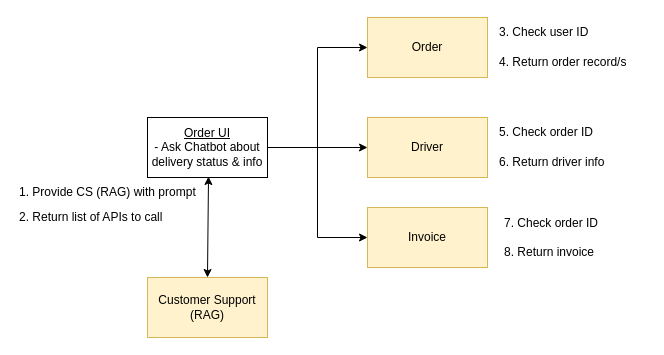
Above: diagrams/CustomerSupport.drawio in darkliyznyanlin910/esd-2425T2 (draw.io), before the change. Source tidied: cells renumbered, new cells numbered last; positions are measured from the earlier drawing's top-left corner, leaving out a move shared by most shapes. Both pictures are drawn from the tidied source at 100%, with x=0, y=0 at pixel (17, 17).
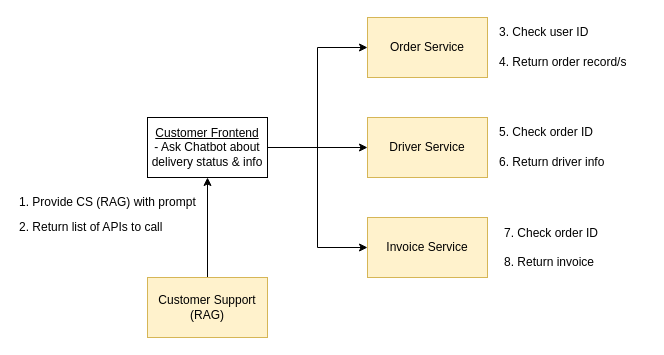
The same page after the edit.

Change to the diagram source:
```diff
@@
 <mxGraphModel>
   <root>
     <mxCell id="0" />
     <mxCell id="1" parent="0" />
     <mxCell id="2" style="edgeStyle=orthogonalEdgeStyle;rounded=0;jettySize=auto;html=1;exitX=1;exitY=0.5;exitDx=0;exitDy=0;entryX=0;entryY=0.5;entryDx=0;entryDy=0;" parent="1" edge="1" source="4" target="8">
       <mxGeometry relative="1" as="geometry" />
     </mxCell>
     <mxCell id="3" style="edgeStyle=orthogonalEdgeStyle;rounded=0;jettySize=auto;html=1;exitX=1;exitY=0.5;exitDx=0;exitDy=0;entryX=0;entryY=0.5;entryDx=0;entryDy=0;" parent="1" edge="1" source="4" target="9">
       <mxGeometry relative="1" as="geometry" />
     </mxCell>
-    <mxCell id="4" value="&lt;u&gt;&lt;span style=&quot;background-color: transparent; color: light-dark(rgb(0, 0, 0), rgb(255, 255, 255));&quot;&gt;Order UI&lt;/span&gt;&lt;br&gt;&lt;/u&gt;&lt;span style=&quot;background-color: transparent; color: light-dark(rgb(0, 0, 0), rgb(255, 255, 255));&quot;&gt;- Ask Chatbot about delivery status &amp;amp; info&lt;/span&gt;" style="rounded=0;whiteSpace=wrap;html=1;align=center;" parent="1" vertex="1">
+    <mxCell id="4" value="&lt;u&gt;&lt;font color=&quot;#000000&quot;&gt;Customer Frontend&lt;/font&gt;&lt;br&gt;&lt;/u&gt;&lt;span style=&quot;background-color: transparent; color: light-dark(rgb(0, 0, 0), rgb(255, 255, 255));&quot;&gt;- Ask Chatbot about delivery status &amp;amp; info&lt;/span&gt;" style="rounded=0;whiteSpace=wrap;html=1;align=center;" parent="1" vertex="1">
       <mxGeometry x="130" y="100" width="120" height="60" as="geometry" />
     </mxCell>
     <mxCell id="5" style="edgeStyle=orthogonalEdgeStyle;rounded=0;orthogonalLoop=1;jettySize=auto;html=1;exitX=0;exitY=0.5;exitDx=0;exitDy=0;entryX=0;entryY=0.5;entryDx=0;entryDy=0;" parent="1" edge="1" source="6" target="6">
       <mxGeometry relative="1" as="geometry" />
     </mxCell>
+    <mxCell id="19" style="edgeStyle=none;html=1;exitX=0.5;exitY=0;exitDx=0;exitDy=0;entryX=0.5;entryY=1;entryDx=0;entryDy=0;" parent="1" edge="1" source="6" target="4">
+      <mxGeometry relative="1" as="geometry" />
+    </mxCell>
     <mxCell id="6" value="Customer Support (RAG)" style="rounded=0;whiteSpace=wrap;html=1;fillColor=#fff2cc;strokeColor=#d6b656;" parent="1" vertex="1">
       <mxGeometry x="130" y="260" width="120" height="60" as="geometry" />
     </mxCell>
-    <mxCell id="7" style="endArrow=classic;startArrow=classic;html=1;rounded=0;exitX=0.5;exitY=0;exitDx=0;exitDy=0;entryX=0.955;entryY=-0.033;entryDx=0;entryDy=0;entryPerimeter=0;" parent="1" edge="1" source="6" target="10">
-      <mxGeometry relative="1" as="geometry" />
-    </mxCell>
-    <mxCell id="8" value="Order" style="rounded=0;whiteSpace=wrap;html=1;fillColor=#fff2cc;strokeColor=#d6b656;" parent="1" vertex="1">
+    <mxCell id="8" value="Order Service" style="rounded=0;whiteSpace=wrap;html=1;fillColor=#fff2cc;strokeColor=#d6b656;" parent="1" vertex="1">
       <mxGeometry x="350" width="120" height="60" as="geometry" />
     </mxCell>
-    <mxCell id="9" value="Driver" style="rounded=0;whiteSpace=wrap;html=1;fillColor=#fff2cc;strokeColor=#d6b656;" parent="1" vertex="1">
+    <mxCell id="9" value="Driver Service" style="rounded=0;whiteSpace=wrap;html=1;fillColor=#fff2cc;strokeColor=#d6b656;" parent="1" vertex="1">
       <mxGeometry x="350" y="100" width="120" height="60" as="geometry" />
     </mxCell>
     <mxCell id="10" value="&lt;span style=&quot;background-color: transparent; color: light-dark(rgb(0, 0, 0), rgb(255, 255, 255));&quot;&gt;1. Provide CS (RAG) with prompt&lt;/span&gt;" style="text;html=1;align=left;verticalAlign=middle;points=[];strokeColor=none;fillColor=none;" parent="1" vertex="1">
-      <mxGeometry y="160" width="200" height="30" as="geometry" />
+      <mxGeometry y="170" width="200" height="30" as="geometry" />
     </mxCell>
     <mxCell id="11" value="3. Check user ID" style="text;html=1;align=left;verticalAlign=middle;strokeColor=none;fillColor=none;" parent="1" vertex="1">
       <mxGeometry x="480" width="110" height="30" as="geometry" />
     </mxCell>
     <mxCell id="12" value="4. Return order record/s" style="text;html=1;align=left;verticalAlign=middle;strokeColor=none;fillColor=none;" parent="1" vertex="1">
       <mxGeometry x="480" y="30" width="150" height="30" as="geometry" />
     </mxCell>
     <mxCell id="13" value="5. Check order ID" style="text;html=1;align=left;verticalAlign=middle;strokeColor=none;fillColor=none;" parent="1" vertex="1">
       <mxGeometry x="480" y="100" width="120" height="30" as="geometry" />
     </mxCell>
     <mxCell id="14" value="6. Return driver info" style="text;html=1;align=left;verticalAlign=middle;strokeColor=none;fillColor=none;" parent="1" vertex="1">
       <mxGeometry x="480" y="130" width="130" height="30" as="geometry" />
     </mxCell>
     <mxCell id="15" value="&lt;span style=&quot;background-color: transparent; color: light-dark(rgb(0, 0, 0), rgb(255, 255, 255));&quot;&gt;2. Return list of APIs to call&lt;/span&gt;" style="text;html=1;align=left;verticalAlign=middle;strokeColor=none;fillColor=none;" parent="1" vertex="1">
-      <mxGeometry y="185" width="170" height="30" as="geometry" />
+      <mxGeometry y="195" width="170" height="30" as="geometry" />
     </mxCell>
-    <mxCell id="16" value="Invoice" style="rounded=0;whiteSpace=wrap;html=1;fillColor=#fff2cc;strokeColor=#d6b656;" parent="1" vertex="1">
-      <mxGeometry x="350" y="190" width="120" height="60" as="geometry" />
+    <mxCell id="16" value="Invoice Service" style="rounded=0;whiteSpace=wrap;html=1;fillColor=#fff2cc;strokeColor=#d6b656;" parent="1" vertex="1">
+      <mxGeometry x="350" y="200" width="120" height="60" as="geometry" />
     </mxCell>
     <mxCell id="17" value="7. Check order ID&lt;div&gt;&lt;font color=&quot;#000000&quot;&gt;&lt;br&gt;&lt;/font&gt;&lt;div&gt;8. Return invoice&lt;/div&gt;&lt;/div&gt;" style="text;html=1;align=left;verticalAlign=middle;strokeColor=none;fillColor=none;" parent="1" vertex="1">
-      <mxGeometry x="485" y="190" width="120" height="60" as="geometry" />
+      <mxGeometry x="485" y="200" width="120" height="60" as="geometry" />
     </mxCell>
     <mxCell id="18" style="edgeStyle=orthogonalEdgeStyle;rounded=0;jettySize=auto;html=1;exitX=1;exitY=0.5;exitDx=0;exitDy=0;entryX=0;entryY=0.5;entryDx=0;entryDy=0;" parent="1" edge="1" source="4" target="16">
       <mxGeometry relative="1" as="geometry" />
     </mxCell>
   </root>
 </mxGraphModel>
```
